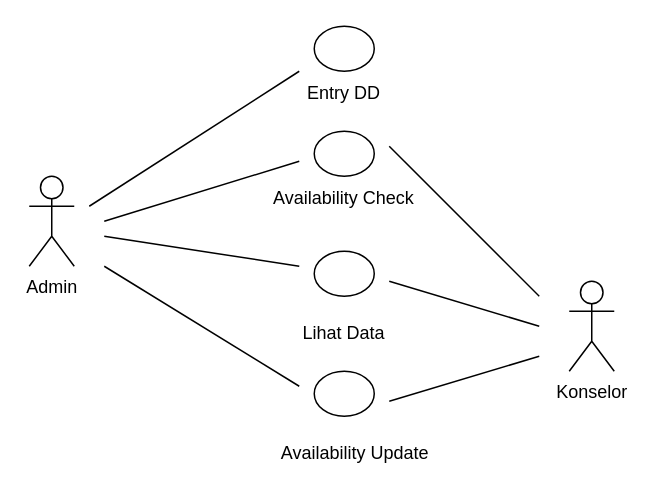
The draw.io diagram Mini-Proj/MP-Use Case Diagram.drawio in mahesri/uml_ads_sms3, before the edit. Source tidied: cells renumbered, new cells numbered last; positions are measured from the earlier drawing's top-left corner, leaving out a move shared by most shapes. Both pictures are drawn from the tidied source at 150%, with x=0, y=0 at pixel (28, 26).
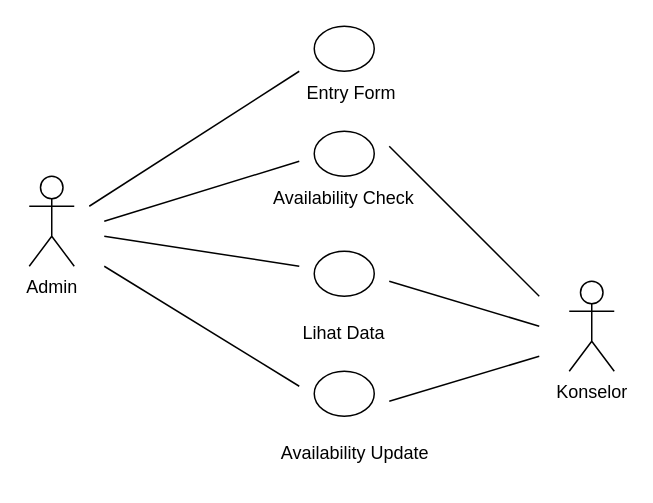
The same page after the edit.

Change to the diagram source:
```diff
@@
-    <mxCell id="4" value="Entry DD" style="text;html=1;strokeColor=none;fillColor=none;align=center;verticalAlign=middle;whiteSpace=wrap;rounded=0;" parent="1" vertex="1">
-      <mxGeometry x="180" y="30" width="60" height="30" as="geometry" />
+    <mxCell id="4" value="Entry Form" style="text;html=1;strokeColor=none;fillColor=none;align=center;verticalAlign=middle;whiteSpace=wrap;rounded=0;" parent="1" vertex="1">
+      <mxGeometry x="180" y="30" width="70" height="30" as="geometry" />
     </mxCell>
```
